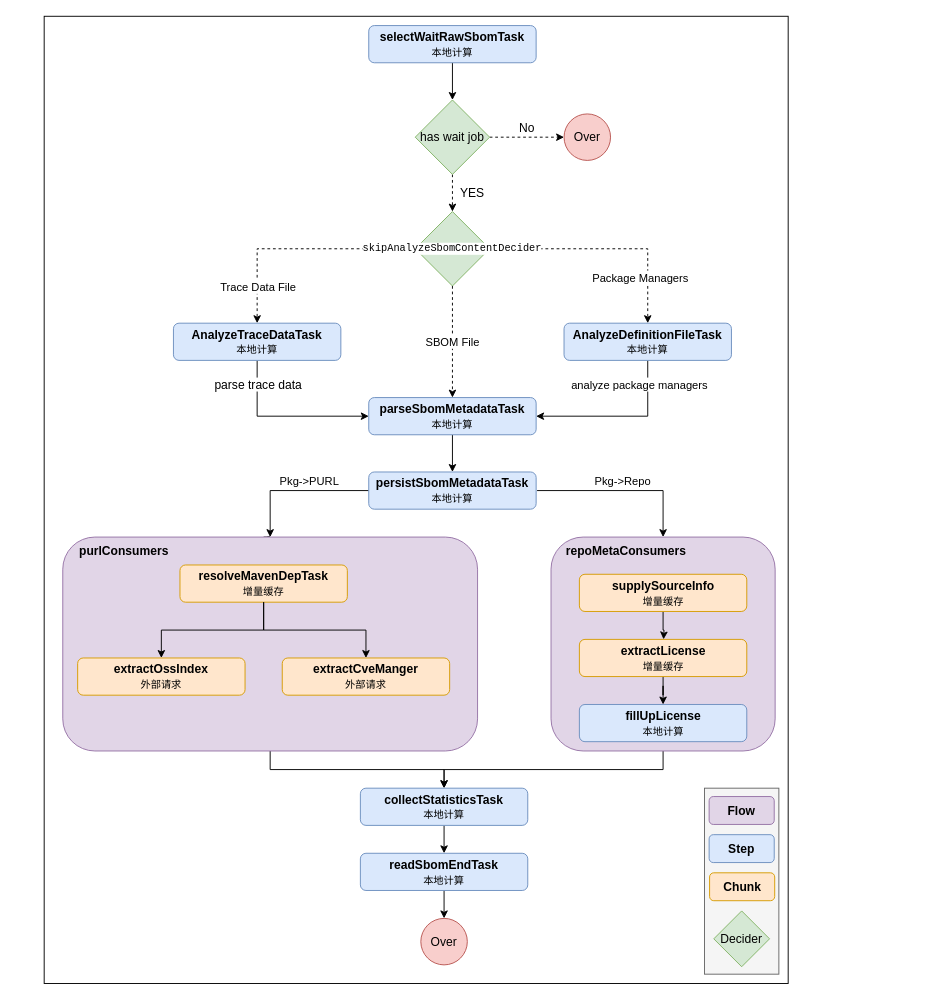
Above: doc/assert/import-sbom-job-2.0.drawio in step-security-bot/sbom-service (draw.io), before the change. Source tidied: cells renumbered, new cells numbered last; positions are measured from the earlier drawing's top-left corner, leaving out a move shared by most shapes. Both pictures are drawn from the tidied source at 93%, with x=0, y=0 at pixel (44, 16).
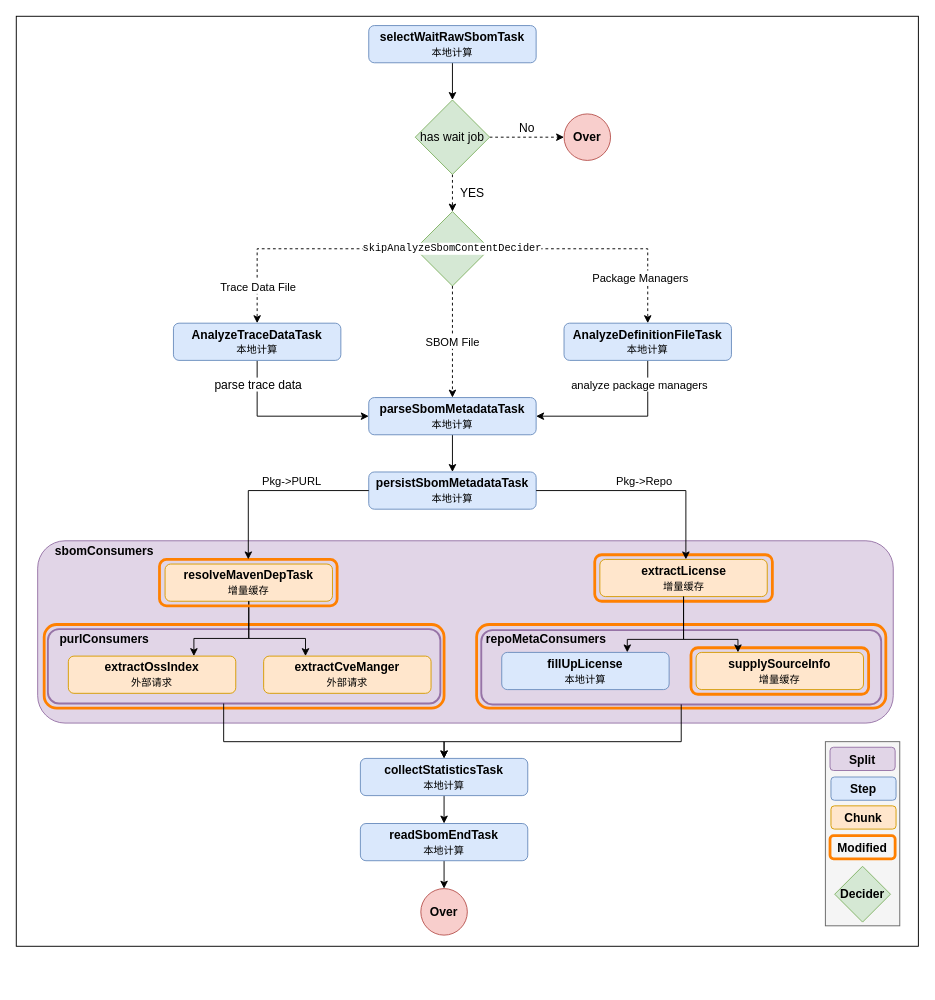
Above is the later version.

Commit message (it also covers changes not shown here):
doc: optimize sbom import process flow

The change refers to these unchanged cells:
```xml
<mxCell id="13" value="persistSbomMetadataTask&lt;br&gt;&lt;span style=&quot;font-size: 11px; font-weight: 400;&quot;&gt;本地计算&lt;/span&gt;" style="rounded=1;whiteSpace=wrap;html=1;fillColor=#dae8fc;strokeColor=#6c8ebf;fontSize=13;fontStyle=1;" parent="1" vertex="1">
  <mxGeometry x="349" y="490" width="180" height="40" as="geometry" />
</mxCell>
```

Diff of the diagram source:
```diff
@@
     <mxCell id="2" style="rounded=0;whiteSpace=wrap;html=1;" parent="1" vertex="1">
-      <mxGeometry width="800" height="1040" as="geometry" />
+      <mxGeometry x="-30" width="970" height="1000" as="geometry" />
     </mxCell>
+    <mxCell id="57" style="rounded=1;whiteSpace=wrap;html=1;fontSize=12;fillColor=#e1d5e7;strokeColor=#9673a6;" parent="1" vertex="1">
+      <mxGeometry x="-7" y="564" width="920" height="196" as="geometry" />
+    </mxCell>
+    <mxCell id="58" style="rounded=1;whiteSpace=wrap;html=1;fillColor=none;strokeWidth=3;strokeColor=#FF8000;" parent="1" vertex="1">
+      <mxGeometry y="654" width="430" height="90" as="geometry" />
+    </mxCell>
+    <mxCell id="44" style="rounded=1;whiteSpace=wrap;html=1;fontSize=12;fillColor=#e1d5e7;strokeColor=#9673a6;strokeWidth=2;" parent="1" vertex="1">
+      <mxGeometry x="470" y="660" width="430" height="80" as="geometry" />
+    </mxCell>
+    <mxCell id="31" style="rounded=1;whiteSpace=wrap;html=1;fontSize=12;fillColor=#e1d5e7;strokeColor=#9673a6;strokeWidth=2;" parent="1" vertex="1">
+      <mxGeometry x="4" y="659" width="422" height="80" as="geometry" />
+    </mxCell>
@@
-    <mxCell id="8" value="Over" style="ellipse;whiteSpace=wrap;html=1;fillColor=#f8cecc;strokeColor=#b85450;fontSize=13;" parent="1" vertex="1">
+    <mxCell id="8" value="Over" style="ellipse;whiteSpace=wrap;html=1;fillColor=#f8cecc;strokeColor=#b85450;fontSize=13;fontStyle=1;" parent="1" vertex="1">
       <mxGeometry x="559" y="105" width="50" height="50" as="geometry" />
     </mxCell>
-    <mxCell id="9" style="edgeStyle=orthogonalEdgeStyle;rounded=0;jettySize=auto;html=1;entryX=0.5;entryY=0;entryDx=0;entryDy=0;fontSize=12;fontColor=#000000;" parent="1" edge="1" target="44">
-      <mxGeometry relative="1" as="geometry">
-        <mxPoint x="530" y="510" as="sourcePoint" />
-        <Array as="points">
-          <mxPoint x="666" y="510" />
-          <mxPoint x="666" y="560" />
-        </Array>
-      </mxGeometry>
-    </mxCell>
-    <mxCell id="10" value="Pkg-&amp;gt;Repo" style="edgeLabel;html=1;align=center;verticalAlign=middle;fontSize=12;fontColor=#000000;" parent="9" vertex="1">
-      <mxGeometry x="-0.02" y="-1" relative="1" as="geometry">
-        <mxPoint y="-11" as="offset" />
-      </mxGeometry>
-    </mxCell>
-    <mxCell id="11" style="edgeStyle=orthogonalEdgeStyle;rounded=0;jettySize=auto;html=1;fontSize=12;fontColor=#000000;exitX=0;exitY=0.5;exitDx=0;exitDy=0;entryX=0.5;entryY=0;entryDx=0;entryDy=0;" parent="1" edge="1" source="13" target="31">
-      <mxGeometry relative="1" as="geometry">
-        <Array as="points">
-          <mxPoint x="243" y="510" />
-        </Array>
-      </mxGeometry>
-    </mxCell>
-    <mxCell id="12" value="Pkg-&amp;gt;PURL" style="edgeLabel;html=1;align=center;verticalAlign=middle;fontSize=12;fontColor=#000000;" parent="11" vertex="1">
-      <mxGeometry x="-0.17" y="-2" relative="1" as="geometry">
-        <mxPoint y="-8" as="offset" />
-      </mxGeometry>
-    </mxCell>
@@
+    <mxCell id="59" style="rounded=1;whiteSpace=wrap;fillColor=none;strokeWidth=3;strokeColor=#FF8000;" parent="1" vertex="1">
+      <mxGeometry x="465" y="654" width="440" height="90" as="geometry" />
+    </mxCell>
@@
-    <mxCell id="28" style="edgeStyle=orthogonalEdgeStyle;rounded=0;jettySize=auto;html=1;entryX=0.5;entryY=0;entryDx=0;entryDy=0;fontSize=12;fontColor=#000000;" parent="1" edge="1" source="31" target="39">
-      <mxGeometry relative="1" as="geometry" />
-    </mxCell>
-    <mxCell id="29" style="edgeStyle=orthogonalEdgeStyle;rounded=0;jettySize=auto;html=1;exitX=0.5;exitY=0;exitDx=0;exitDy=0;entryX=0.522;entryY=0.013;entryDx=0;entryDy=0;entryPerimeter=0;fontSize=11;" parent="1" edge="1" source="31" target="33">
-      <mxGeometry relative="1" as="geometry" />
-    </mxCell>
-    <mxCell id="30" style="edgeStyle=orthogonalEdgeStyle;rounded=0;jettySize=auto;html=1;exitX=0.5;exitY=0;exitDx=0;exitDy=0;entryX=0.5;entryY=0;entryDx=0;entryDy=0;fontSize=11;" parent="1" edge="1" source="31" target="33">
-      <mxGeometry relative="1" as="geometry" />
-    </mxCell>
-    <mxCell id="31" style="rounded=1;whiteSpace=wrap;html=1;fontSize=12;fillColor=#e1d5e7;strokeColor=#9673a6;" parent="1" vertex="1">
-      <mxGeometry x="20" y="560" width="446" height="230" as="geometry" />
-    </mxCell>
     <mxCell id="32" value="&lt;b&gt;purlConsumers&lt;/b&gt;" style="text;html=1;strokeColor=none;fillColor=none;align=center;verticalAlign=middle;whiteSpace=wrap;rounded=0;fontSize=13;fontColor=#000000;" parent="1" vertex="1">
-      <mxGeometry x="16" y="565" width="140" height="20" as="geometry" />
+      <mxGeometry x="4" y="659" width="122" height="20" as="geometry" />
     </mxCell>
     <mxCell id="33" value="&lt;b&gt;resolveMavenDepTask&lt;br&gt;&lt;/b&gt;&lt;span style=&quot;font-size: 11px; font-weight: 400;&quot;&gt;增量缓存&lt;/span&gt;&lt;b&gt;&lt;br&gt;&lt;/b&gt;" style="rounded=1;whiteSpace=wrap;html=1;fillColor=#ffe6cc;strokeColor=#d79b00;fontSize=13;fontStyle=1;" parent="1" vertex="1">
-      <mxGeometry x="146" y="590" width="180" height="40" as="geometry" />
+      <mxGeometry x="130" y="589" width="180" height="40" as="geometry" />
     </mxCell>
     <mxCell id="34" value="extractOssIndex&lt;br&gt;&lt;font style=&quot;font-size: 11px; font-weight: normal;&quot;&gt;外部请求&lt;/font&gt;" style="rounded=1;whiteSpace=wrap;html=1;fillColor=#ffe6cc;strokeColor=#d79b00;fontSize=13;fontStyle=1;" parent="1" vertex="1">
-      <mxGeometry x="36" y="690" width="180" height="40" as="geometry" />
+      <mxGeometry x="26" y="688" width="180" height="40" as="geometry" />
     </mxCell>
     <mxCell id="35" value="extractCveManger&lt;br&gt;&lt;span style=&quot;font-size: 11px; font-weight: 400;&quot;&gt;外部请求&lt;/span&gt;" style="rounded=1;whiteSpace=wrap;html=1;fillColor=#ffe6cc;strokeColor=#d79b00;fontSize=13;fontStyle=1;" parent="1" vertex="1">
-      <mxGeometry x="256" y="690" width="180" height="40" as="geometry" />
+      <mxGeometry x="236" y="688" width="180" height="40" as="geometry" />
     </mxCell>
-    <mxCell id="36" style="edgeStyle=orthogonalEdgeStyle;rounded=0;jettySize=auto;html=1;fontSize=12;fontColor=#000000;entryX=0.5;entryY=0;entryDx=0;entryDy=0;exitX=0.5;exitY=1;exitDx=0;exitDy=0;" parent="1" edge="1" source="33" target="35">
+    <mxCell id="36" style="edgeStyle=orthogonalEdgeStyle;rounded=0;jettySize=auto;html=1;fontSize=12;fontColor=#000000;entryX=0.25;entryY=0;entryDx=0;entryDy=0;exitX=0.5;exitY=1;exitDx=0;exitDy=0;" parent="1" edge="1" source="33" target="35">
       <mxGeometry relative="1" as="geometry">
         <Array as="points">
-          <mxPoint x="236" y="660" />
-          <mxPoint x="346" y="660" />
+          <mxPoint x="220" y="669" />
+          <mxPoint x="281" y="669" />
         </Array>
       </mxGeometry>
     </mxCell>
-    <mxCell id="37" style="edgeStyle=orthogonalEdgeStyle;rounded=0;jettySize=auto;html=1;fontSize=12;fontColor=#000000;entryX=0.5;entryY=0;entryDx=0;entryDy=0;exitX=0.5;exitY=1;exitDx=0;exitDy=0;" parent="1" edge="1" source="33" target="34">
+    <mxCell id="37" style="edgeStyle=orthogonalEdgeStyle;rounded=0;jettySize=auto;html=1;fontSize=12;fontColor=#000000;entryX=0.75;entryY=0;entryDx=0;entryDy=0;exitX=0.5;exitY=1;exitDx=0;exitDy=0;" parent="1" edge="1" source="33" target="34">
       <mxGeometry relative="1" as="geometry">
         <Array as="points">
-          <mxPoint x="236" y="660" />
-          <mxPoint x="126" y="660" />
+          <mxPoint x="220" y="669" />
+          <mxPoint x="161" y="669" />
         </Array>
       </mxGeometry>
     </mxCell>
@@
     <mxCell id="39" value="collectStatisticsTask&lt;br&gt;&lt;span style=&quot;font-size: 11px; font-weight: 400;&quot;&gt;本地计算&lt;/span&gt;" style="rounded=1;whiteSpace=wrap;html=1;fillColor=#dae8fc;strokeColor=#6c8ebf;fontSize=13;fontStyle=1;" parent="1" vertex="1">
-      <mxGeometry x="340" y="830" width="180" height="40" as="geometry" />
+      <mxGeometry x="340" y="798" width="180" height="40" as="geometry" />
     </mxCell>
@@
     <mxCell id="41" value="readSbomEndTask&lt;br&gt;&lt;span style=&quot;font-size: 11px; font-weight: 400;&quot;&gt;本地计算&lt;/span&gt;" style="rounded=1;whiteSpace=wrap;html=1;fillColor=#dae8fc;strokeColor=#6c8ebf;fontSize=13;fontStyle=1;" parent="1" vertex="1">
-      <mxGeometry x="340" y="900" width="180" height="40" as="geometry" />
+      <mxGeometry x="340" y="868" width="180" height="40" as="geometry" />
     </mxCell>
-    <mxCell id="42" value="Over" style="ellipse;whiteSpace=wrap;html=1;fillColor=#f8cecc;strokeColor=#b85450;fontSize=13;" parent="1" vertex="1">
-      <mxGeometry x="405" y="970" width="50" height="50" as="geometry" />
+    <mxCell id="42" value="Over" style="ellipse;whiteSpace=wrap;html=1;fillColor=#f8cecc;strokeColor=#b85450;fontSize=13;fontStyle=1;" parent="1" vertex="1">
+      <mxGeometry x="405" y="938" width="50" height="50" as="geometry" />
     </mxCell>
+    <mxCell id="60" style="rounded=1;whiteSpace=wrap;fillColor=none;strokeWidth=3;strokeColor=#FF8000;" parent="1" vertex="1">
+      <mxGeometry x="592" y="579" width="191" height="50" as="geometry" />
+    </mxCell>
+    <mxCell id="46" value="extractLicense&lt;br&gt;&lt;span style=&quot;font-size: 11px; font-weight: 400;&quot;&gt;增量缓存&lt;/span&gt;" style="rounded=1;whiteSpace=wrap;html=1;fillColor=#ffe6cc;strokeColor=#d79b00;fontSize=13;fontStyle=1;" parent="1" vertex="1">
+      <mxGeometry x="597.5" y="584" width="180" height="40" as="geometry" />
+    </mxCell>
+    <mxCell id="61" style="rounded=1;whiteSpace=wrap;fillColor=none;strokeWidth=3;strokeColor=#FF8000;" parent="1" vertex="1">
+      <mxGeometry x="695.5" y="679" width="191" height="50" as="geometry" />
+    </mxCell>
+    <mxCell id="48" value="supplySourceInfo&lt;br&gt;&lt;span style=&quot;font-weight: normal;&quot;&gt;&lt;font style=&quot;font-size: 11px;&quot;&gt;增量缓存&lt;/font&gt;&lt;/span&gt;" style="rounded=1;whiteSpace=wrap;fillColor=#ffe6cc;strokeColor=#d79b00;fontSize=13;fontStyle=1;html=1;" parent="1" vertex="1">
+      <mxGeometry x="701" y="684" width="180" height="40" as="geometry" />
+    </mxCell>
+    <mxCell id="50" value="&lt;b&gt;repoMetaConsumers&lt;/b&gt;" style="text;html=1;strokeColor=none;fillColor=none;align=center;verticalAlign=middle;whiteSpace=wrap;rounded=0;fontSize=13;fontColor=#000000;" parent="1" vertex="1">
+      <mxGeometry x="470" y="659" width="140" height="20" as="geometry" />
+    </mxCell>
+    <mxCell id="62" style="rounded=1;whiteSpace=wrap;html=1;fillColor=none;strokeWidth=3;strokeColor=#FF8000;" parent="1" vertex="1">
+      <mxGeometry x="124" y="584" width="191" height="50" as="geometry" />
+    </mxCell>
+    <mxCell id="11" style="edgeStyle=orthogonalEdgeStyle;rounded=0;jettySize=auto;html=1;fontSize=12;fontColor=#000000;exitX=0;exitY=0.5;exitDx=0;exitDy=0;entryX=0.5;entryY=0;entryDx=0;entryDy=0;" parent="1" edge="1" source="13" target="62">
+      <mxGeometry relative="1" as="geometry">
+        <Array as="points">
+          <mxPoint x="220" y="510" />
+        </Array>
+      </mxGeometry>
+    </mxCell>
+    <mxCell id="12" value="Pkg-&amp;gt;PURL" style="edgeLabel;html=1;align=center;verticalAlign=middle;fontSize=12;fontColor=#000000;" parent="11" vertex="1">
+      <mxGeometry x="-0.17" y="-2" relative="1" as="geometry">
+        <mxPoint y="-8" as="offset" />
+      </mxGeometry>
+    </mxCell>
-    <mxCell id="43" style="edgeStyle=orthogonalEdgeStyle;rounded=0;jettySize=auto;html=1;fontSize=12;fontColor=#000000;exitX=0.5;exitY=1;exitDx=0;exitDy=0;" parent="1" edge="1" source="44" target="39">
-      <mxGeometry relative="1" as="geometry" />
+    <mxCell id="43" style="edgeStyle=orthogonalEdgeStyle;rounded=0;jettySize=auto;html=1;fontSize=12;fontColor=#000000;exitX=0.5;exitY=1;exitDx=0;exitDy=0;entryX=0.5;entryY=0;entryDx=0;entryDy=0;" parent="1" edge="1" source="44" target="39">
+      <mxGeometry relative="1" as="geometry">
+        <Array as="points">
+          <mxPoint x="685" y="780" />
+          <mxPoint x="430" y="780" />
+        </Array>
+      </mxGeometry>
     </mxCell>
-    <mxCell id="44" style="rounded=1;whiteSpace=wrap;html=1;fontSize=12;fillColor=#e1d5e7;strokeColor=#9673a6;" parent="1" vertex="1">
-      <mxGeometry x="545" y="560" width="241" height="230" as="geometry" />
-    </mxCell>
-    <mxCell id="45" style="edgeStyle=orthogonalEdgeStyle;rounded=0;jettySize=auto;html=1;fontSize=12;fontColor=#000000;" parent="1" edge="1" source="46" target="49">
-      <mxGeometry relative="1" as="geometry" />
-    </mxCell>
-    <mxCell id="46" value="extractLicense&lt;br&gt;&lt;span style=&quot;font-size: 11px; font-weight: 400;&quot;&gt;增量缓存&lt;/span&gt;" style="rounded=1;whiteSpace=wrap;html=1;fillColor=#ffe6cc;strokeColor=#d79b00;fontSize=13;fontStyle=1;" parent="1" vertex="1">
-      <mxGeometry x="575.5" y="670" width="180" height="40" as="geometry" />
-    </mxCell>
-    <mxCell id="47" style="edgeStyle=orthogonalEdgeStyle;rounded=0;jettySize=auto;html=1;fontSize=12;fontColor=#000000;" parent="1" edge="1" source="48">
-      <mxGeometry relative="1" as="geometry">
-        <mxPoint x="666" y="670" as="targetPoint" />
-      </mxGeometry>
-    </mxCell>
-    <mxCell id="48" value="supplySourceInfo&lt;br&gt;&lt;span style=&quot;font-weight: normal;&quot;&gt;&lt;font style=&quot;font-size: 11px;&quot;&gt;增量缓存&lt;/font&gt;&lt;/span&gt;" style="rounded=1;whiteSpace=wrap;html=1;fillColor=#ffe6cc;strokeColor=#d79b00;fontSize=13;fontStyle=1;" parent="1" vertex="1">
-      <mxGeometry x="575.5" y="600" width="180" height="40" as="geometry" />
-    </mxCell>
-    <mxCell id="49" value="fillUpLicense&lt;br&gt;&lt;span style=&quot;font-weight: normal;&quot;&gt;&lt;font style=&quot;font-size: 11px;&quot;&gt;本地计算&lt;/font&gt;&lt;/span&gt;" style="rounded=1;whiteSpace=wrap;html=1;fillColor=#dae8fc;strokeColor=#6c8ebf;fontSize=13;fontStyle=1;" parent="1" vertex="1">
-      <mxGeometry x="575.5" y="740" width="180" height="40" as="geometry" />
-    </mxCell>
-    <mxCell id="50" value="&lt;b&gt;repoMetaConsumers&lt;/b&gt;" style="text;html=1;strokeColor=none;fillColor=none;align=center;verticalAlign=middle;whiteSpace=wrap;rounded=0;fontSize=13;fontColor=#000000;" parent="1" vertex="1">
-      <mxGeometry x="556" y="565" width="140" height="20" as="geometry" />
-    </mxCell>
-    <mxCell id="51" style="group;" parent="1" vertex="1">
-      <mxGeometry x="710" y="830" width="80" height="200" as="geometry" />
-    </mxCell>
+    <mxCell id="28" style="edgeStyle=orthogonalEdgeStyle;rounded=0;jettySize=auto;html=1;entryX=0.5;entryY=0;entryDx=0;entryDy=0;fontSize=12;fontColor=#000000;" parent="1" edge="1" source="31" target="39">
+      <mxGeometry relative="1" as="geometry">
+        <Array as="points">
+          <mxPoint x="193" y="780" />
+          <mxPoint x="430" y="780" />
+        </Array>
+      </mxGeometry>
+    </mxCell>
+    <mxCell id="63" style="group;" parent="1" vertex="1">
+      <mxGeometry x="840" y="780" width="80" height="198" as="geometry" />
+    </mxCell>
-    <mxCell id="52" style="rounded=0;whiteSpace=wrap;html=1;fontSize=11;fillColor=#f5f5f5;fontColor=#333333;strokeColor=#666666;" parent="51" vertex="1">
-      <mxGeometry width="80" height="200" as="geometry" />
+    <mxCell id="52" style="rounded=0;whiteSpace=wrap;html=1;fontSize=11;fillColor=#f5f5f5;fontColor=#333333;strokeColor=#666666;" parent="63" vertex="1">
+      <mxGeometry width="80" height="198" as="geometry" />
     </mxCell>
-    <mxCell id="53" value="Decider" style="rhombus;whiteSpace=wrap;html=1;fillColor=#d5e8d4;strokeColor=#82b366;fontSize=13;" parent="51" vertex="1">
-      <mxGeometry x="10" y="132" width="60" height="60" as="geometry" />
+    <mxCell id="53" value="Decider" style="rhombus;whiteSpace=wrap;html=1;fillColor=#d5e8d4;strokeColor=#82b366;fontSize=13;fontStyle=1;" parent="63" vertex="1">
+      <mxGeometry x="10" y="134" width="60" height="60" as="geometry" />
     </mxCell>
-    <mxCell id="54" value="Step" style="rounded=1;whiteSpace=wrap;html=1;fillColor=#dae8fc;strokeColor=#6c8ebf;fontSize=13;fontStyle=1;" parent="51" vertex="1">
-      <mxGeometry x="5" y="50" width="70" height="30" as="geometry" />
+    <mxCell id="54" value="Step" style="rounded=1;whiteSpace=wrap;html=1;fillColor=#dae8fc;strokeColor=#6c8ebf;fontSize=13;fontStyle=1;" parent="63" vertex="1">
+      <mxGeometry x="6" y="38" width="70" height="25" as="geometry" />
     </mxCell>
-    <mxCell id="55" value="Chunk" style="rounded=1;whiteSpace=wrap;html=1;fillColor=#ffe6cc;strokeColor=#d79b00;fontSize=13;fontStyle=1;" parent="51" vertex="1">
-      <mxGeometry x="5.5" y="91" width="70" height="30" as="geometry" />
+    <mxCell id="55" value="Chunk" style="rounded=1;whiteSpace=wrap;html=1;fillColor=#ffe6cc;strokeColor=#d79b00;fontSize=13;fontStyle=1;" parent="63" vertex="1">
+      <mxGeometry x="6" y="69" width="70" height="25" as="geometry" />
     </mxCell>
-    <mxCell id="56" value="Flow" style="rounded=1;whiteSpace=wrap;html=1;fillColor=#e1d5e7;strokeColor=#9673a6;fontSize=13;fontStyle=1;" parent="51" vertex="1">
-      <mxGeometry x="5" y="9" width="70" height="30" as="geometry" />
+    <mxCell id="56" value="Split" style="rounded=1;whiteSpace=wrap;html=1;fillColor=#e1d5e7;strokeColor=#9673a6;fontSize=13;fontStyle=1;" parent="63" vertex="1">
+      <mxGeometry x="5" y="6" width="70" height="25" as="geometry" />
     </mxCell>
+    <mxCell id="64" value="Modified" style="rounded=1;whiteSpace=wrap;html=1;fillColor=none;strokeWidth=3;strokeColor=#FF8000;fontSize=13;fontStyle=1;" parent="63" vertex="1">
+      <mxGeometry x="5" y="101" width="70" height="25" as="geometry" />
+    </mxCell>
+    <mxCell id="65" style="edgeStyle=orthogonalEdgeStyle;rounded=0;jettySize=auto;html=1;exitX=0.5;exitY=1;exitDx=0;exitDy=0;entryX=0.25;entryY=0;entryDx=0;entryDy=0;fontSize=13;" parent="1" edge="1" source="46" target="48">
+      <mxGeometry relative="1" as="geometry">
+        <Array as="points">
+          <mxPoint x="688" y="670" />
+          <mxPoint x="746" y="670" />
+        </Array>
+      </mxGeometry>
+    </mxCell>
+    <mxCell id="45" style="edgeStyle=orthogonalEdgeStyle;rounded=0;jettySize=auto;html=1;exitX=0.5;exitY=1;exitDx=0;exitDy=0;fontSize=13;entryX=0.75;entryY=0;entryDx=0;entryDy=0;" parent="1" edge="1" source="46" target="49">
+      <mxGeometry relative="1" as="geometry">
+        <Array as="points">
+          <mxPoint x="688" y="670" />
+          <mxPoint x="627" y="670" />
+        </Array>
+      </mxGeometry>
+    </mxCell>
+    <mxCell id="49" value="fillUpLicense&lt;br&gt;&lt;span style=&quot;font-weight: normal;&quot;&gt;&lt;font style=&quot;font-size: 11px;&quot;&gt;本地计算&lt;/font&gt;&lt;/span&gt;" style="rounded=1;whiteSpace=wrap;fillColor=#dae8fc;strokeColor=#6c8ebf;fontSize=13;fontStyle=1;html=1;" parent="1" vertex="1">
+      <mxGeometry x="492" y="684" width="180" height="40" as="geometry" />
+    </mxCell>
+    <mxCell id="9" style="edgeStyle=orthogonalEdgeStyle;rounded=0;jettySize=auto;html=1;fontSize=12;fontColor=#000000;exitX=1;exitY=0.5;exitDx=0;exitDy=0;" parent="1" edge="1" source="13" target="46">
+      <mxGeometry relative="1" as="geometry">
+        <Array as="points">
+          <mxPoint x="690" y="510" />
+        </Array>
+      </mxGeometry>
+    </mxCell>
+    <mxCell id="10" value="Pkg-&amp;gt;Repo" style="edgeLabel;html=1;align=center;verticalAlign=middle;fontSize=12;fontColor=#000000;" parent="9" vertex="1">
+      <mxGeometry x="-0.02" y="-1" relative="1" as="geometry">
+        <mxPoint y="-11" as="offset" />
+      </mxGeometry>
+    </mxCell>
+    <mxCell id="66" value="&lt;b&gt;sbomConsumers&lt;/b&gt;" style="text;html=1;strokeColor=none;fillColor=none;align=center;verticalAlign=middle;whiteSpace=wrap;rounded=0;fontSize=13;fontColor=#000000;" parent="1" vertex="1">
+      <mxGeometry x="-5" y="565" width="140" height="20" as="geometry" />
+    </mxCell>
```
